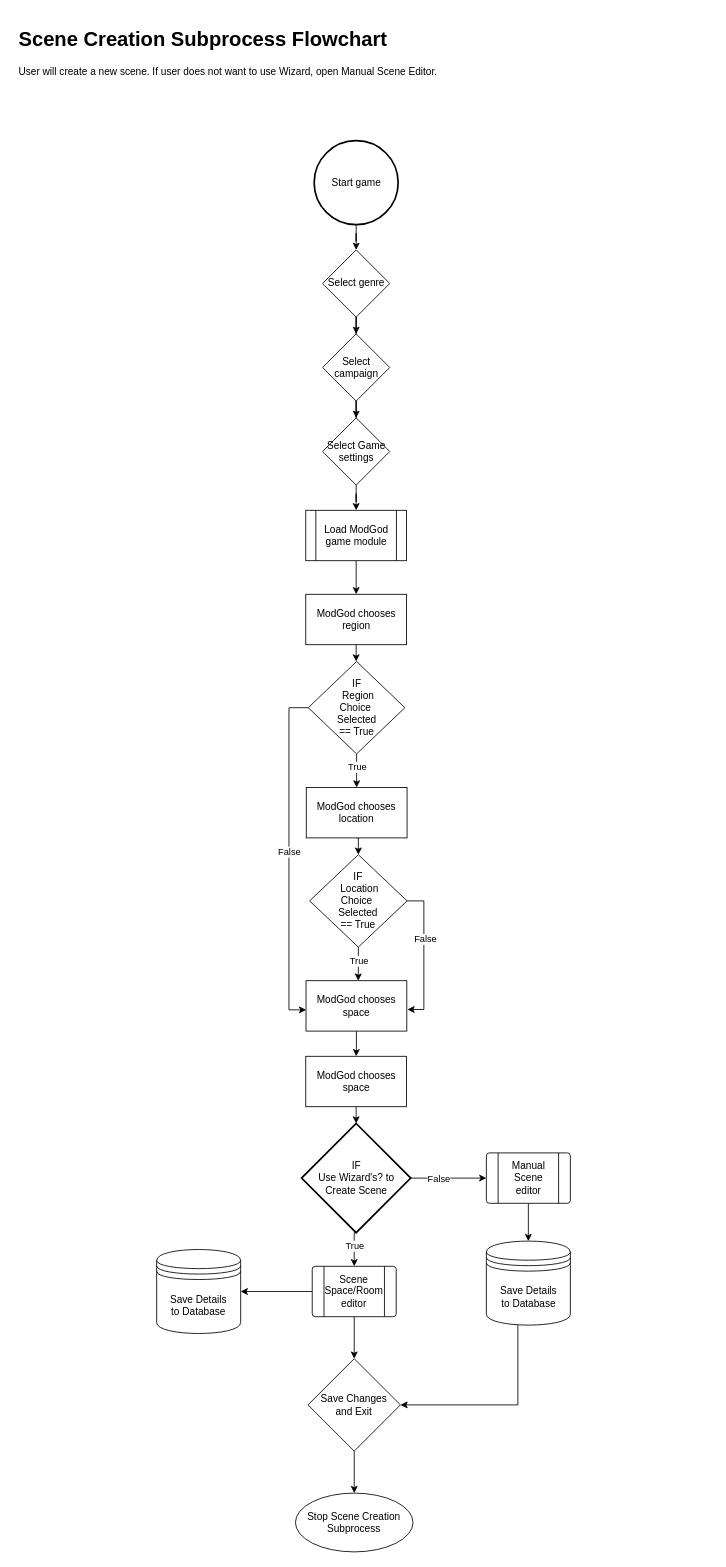
Above: Phase2/Flowcharts/modgodToolset/ModGod/Creation/Scene/ModGodSceneCreation.drawio in RPG-Research/bcirpg (draw.io), before the change. Source tidied: cells renumbered, new cells numbered last; positions are measured from the earlier drawing's top-left corner, leaving out a move shared by most shapes. Both pictures are drawn from the tidied source at 84%, with x=0, y=0 at pixel (14, 23).
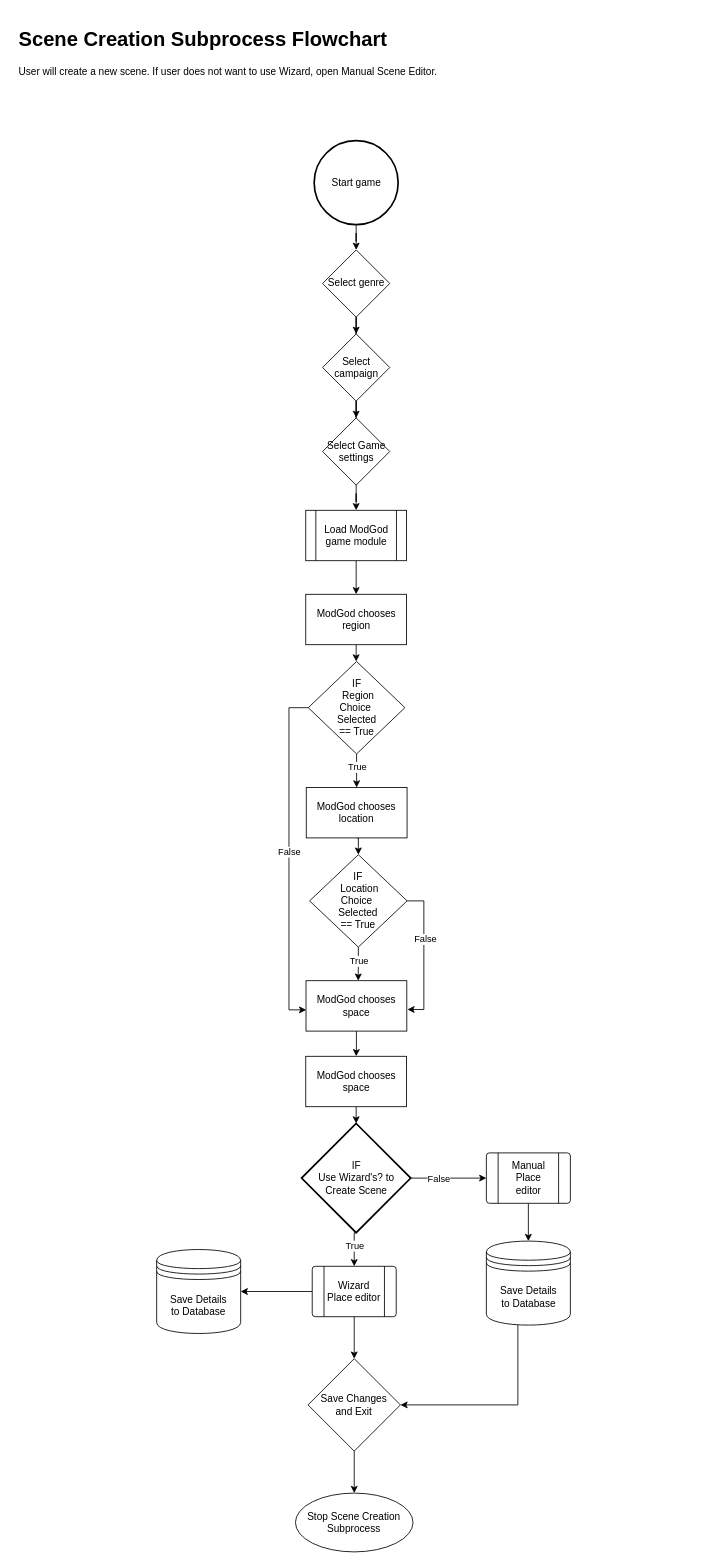
After the change.

Diff of the diagram source:
```diff
@@
-    <mxCell id="32" value="Scene&lt;br&gt;Space/Room editor" style="verticalLabelPosition=middle;verticalAlign=middle;html=1;shape=process;whiteSpace=wrap;rounded=1;size=0.14;arcSize=6;labelPosition=center;align=center;" parent="1" vertex="1">
+    <mxCell id="32" value="Wizard&lt;br&gt;Place editor" style="verticalLabelPosition=middle;verticalAlign=middle;html=1;shape=process;whiteSpace=wrap;rounded=1;size=0.14;arcSize=6;labelPosition=center;align=center;" parent="1" vertex="1">
       <mxGeometry x="354.2" y="1480" width="100" height="60" as="geometry" />
     </mxCell>
@@
-    <mxCell id="39" value="Manual&lt;br&gt;Scene&lt;br&gt;editor" style="verticalLabelPosition=middle;verticalAlign=middle;html=1;shape=process;whiteSpace=wrap;rounded=1;size=0.14;arcSize=6;labelPosition=center;align=center;" parent="1" vertex="1">
+    <mxCell id="39" value="Manual&lt;br&gt;Place&lt;br&gt;editor" style="verticalLabelPosition=middle;verticalAlign=middle;html=1;shape=process;whiteSpace=wrap;rounded=1;size=0.14;arcSize=6;labelPosition=center;align=center;" parent="1" vertex="1">
       <mxGeometry x="561.5" y="1345" width="100" height="60" as="geometry" />
     </mxCell>
```
